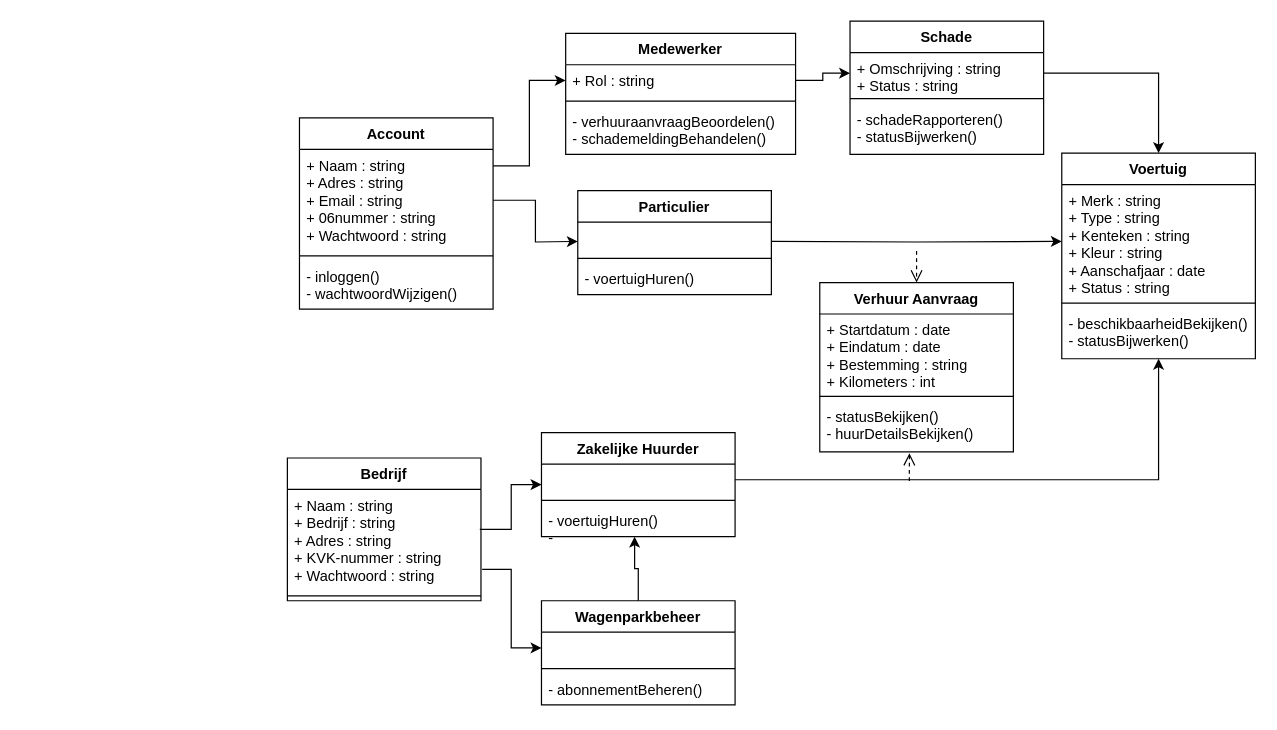
Drakarta/CarAndAll keeps this draw.io diagram as uml.drawio. Above is the earlier version. Source tidied: cells renumbered, new cells numbered last; positions are measured from the earlier drawing's top-left corner, leaving out a move shared by most shapes. Both pictures are drawn from the tidied source at 121%, with x=0, y=0 at pixel (287, 21).
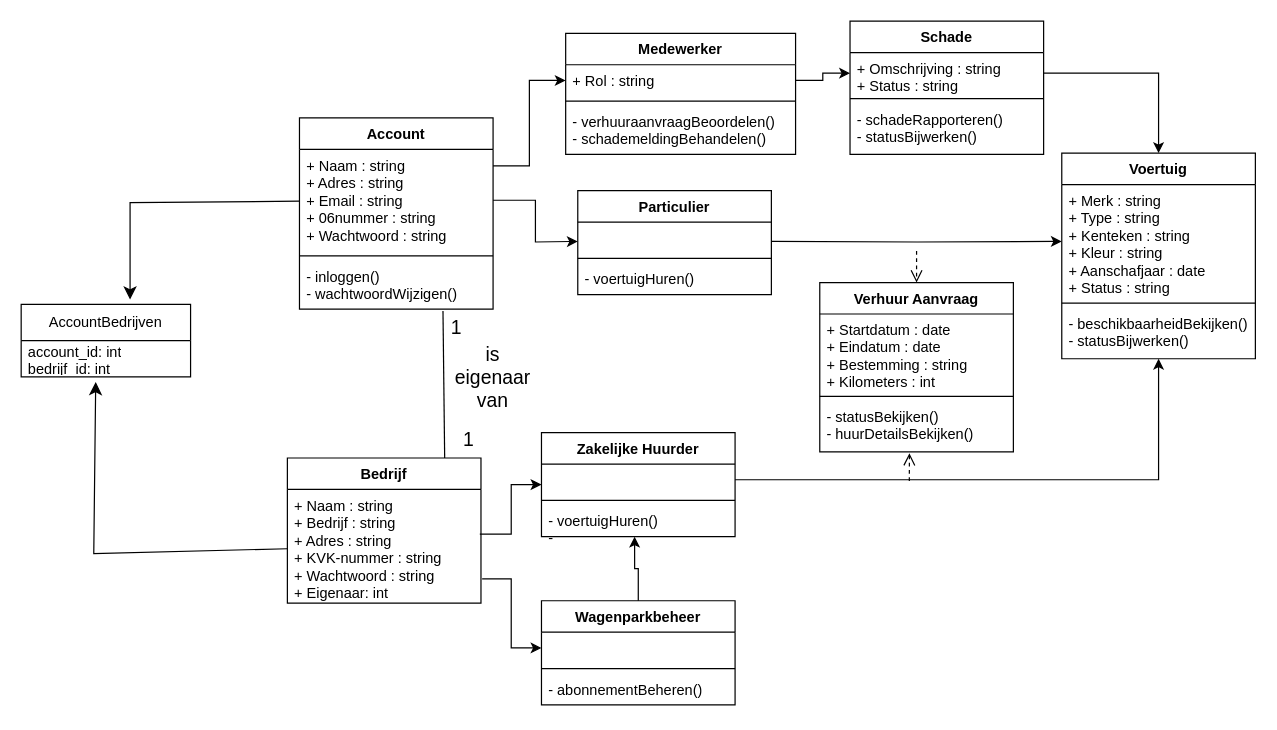
The same diagram, later.

Unchanged cells that the change refers to:
```xml
<mxCell id="14" value="Account" style="swimlane;fontStyle=1;align=center;verticalAlign=top;horizontal=1;startSize=26;whiteSpace=wrap;html=1;" parent="1" vertex="1">
  <mxGeometry x="10" y="80" width="160" height="158" as="geometry" />
</mxCell>
<mxCell id="15" value="+ Naam : string &lt;br&gt;+ Adres : string &lt;br&gt;+ Email : string &lt;br&gt;+ 06nummer : string &lt;br&gt;+ Wachtwoord : string " style="text;strokeColor=none;fillColor=none;align=left;verticalAlign=top;spacingLeft=4;spacingRight=4;overflow=hidden;points=[[0,0.5],[1,0.5]];portConstraint=eastwest;whiteSpace=wrap;html=1;" parent="14" vertex="1">
  <mxGeometry y="26" width="160" height="84" as="geometry" />
</mxCell>
```

Change to the diagram source:
```diff
@@
     <mxCell id="3" value="&lt;div&gt;Bedrijf&lt;/div&gt;" style="swimlane;fontStyle=1;align=center;verticalAlign=top;horizontal=1;startSize=26;whiteSpace=wrap;html=1;" parent="1" vertex="1">
-      <mxGeometry y="361" width="160" height="118" as="geometry" />
+      <mxGeometry y="361" width="160" height="120" as="geometry" />
     </mxCell>
-    <mxCell id="4" value="+ Naam : string &lt;br&gt;+ Bedrijf : string &lt;br&gt;&lt;div&gt;+ Adres : string &lt;/div&gt;+ KVK-nummer : string &lt;br&gt;+ Wachtwoord : string " style="text;strokeColor=none;fillColor=none;align=left;verticalAlign=top;spacingLeft=4;spacingRight=4;overflow=hidden;points=[[0,0.5],[1,0.5]];portConstraint=eastwest;whiteSpace=wrap;html=1;" parent="3" vertex="1">
-      <mxGeometry y="26" width="160" height="84" as="geometry" />
+    <mxCell id="4" value="+ Naam : string &lt;br&gt;+ Bedrijf : string &lt;br&gt;&lt;div&gt;+ Adres : string &lt;/div&gt;+ KVK-nummer : string &lt;br&gt;+ Wachtwoord : string &lt;div&gt;+ Eigenaar: int&lt;/div&gt;" style="text;strokeColor=none;fillColor=none;align=left;verticalAlign=top;spacingLeft=4;spacingRight=4;overflow=hidden;points=[[0,0.5],[1,0.5]];portConstraint=eastwest;whiteSpace=wrap;html=1;" parent="3" vertex="1">
+      <mxGeometry y="26" width="160" height="94" as="geometry" />
     </mxCell>
-    <mxCell id="5" style="line;strokeWidth=1;fillColor=none;align=left;verticalAlign=middle;spacingTop=-1;spacingLeft=3;spacingRight=3;labelPosition=right;strokeColor=inherit;" parent="3" vertex="1">
-      <mxGeometry y="110" width="160" height="8" as="geometry" />
-    </mxCell>
@@
+    <mxCell id="48" style="edgeStyle=none;curved=0;rounded=0;jettySize=auto;html=1;fontSize=12;startSize=8;endSize=8;" parent="14" edge="1" source="15">
+      <mxGeometry relative="1" as="geometry">
+        <mxPoint x="-140" y="150" as="targetPoint" />
+        <Array as="points">
+          <mxPoint x="-140" y="70" />
+        </Array>
+      </mxGeometry>
+    </mxCell>
@@
+    <mxCell id="49" style="edgeStyle=none;curved=1;rounded=0;orthogonalLoop=1;jettySize=auto;html=1;exitX=0.25;exitY=0;exitDx=0;exitDy=0;entryX=0.179;entryY=1.04;entryDx=0;entryDy=0;entryPerimeter=0;fontSize=12;startSize=8;endSize=8;endArrow=none;endFill=0;" parent="1" edge="1">
+      <mxGeometry relative="1" as="geometry">
+        <mxPoint x="130" y="361" as="sourcePoint" />
+        <mxPoint x="128.6" y="239.6" as="targetPoint" />
+      </mxGeometry>
+    </mxCell>
+    <mxCell id="50" value="1" style="text;html=1;align=center;verticalAlign=middle;whiteSpace=wrap;rounded=0;fontSize=16;" parent="1" vertex="1">
+      <mxGeometry x="110" y="238" width="60" height="30" as="geometry" />
+    </mxCell>
+    <mxCell id="51" value="1" style="text;html=1;align=center;verticalAlign=middle;whiteSpace=wrap;rounded=0;fontSize=16;" parent="1" vertex="1">
+      <mxGeometry x="120" y="331" width="60" height="30" as="geometry" />
+    </mxCell>
+    <mxCell id="52" value="is eigenaar van" style="text;html=1;align=center;verticalAlign=middle;whiteSpace=wrap;rounded=0;fontSize=16;" parent="1" vertex="1">
+      <mxGeometry x="140" y="279" width="60" height="30" as="geometry" />
+    </mxCell>
+    <mxCell id="53" value="AccountBedrijven" style="swimlane;fontStyle=0;horizontal=1;startSize=30;whiteSpace=wrap;html=1;" parent="1" vertex="1">
+      <mxGeometry x="-220" y="234" width="140" height="60" as="geometry" />
+    </mxCell>
+    <mxCell id="54" value="account_id: int&lt;div&gt;bedrijf_id: int&lt;/div&gt;" style="text;strokeColor=none;fillColor=none;align=left;verticalAlign=middle;spacingLeft=4;spacingRight=4;overflow=hidden;points=[[0,0.5],[1,0.5]];portConstraint=eastwest;whiteSpace=wrap;html=1;" parent="53" vertex="1">
+      <mxGeometry y="30" width="140" height="30" as="geometry" />
+    </mxCell>
+    <mxCell id="55" style="edgeStyle=none;curved=0;rounded=0;jettySize=auto;html=1;fontSize=12;startSize=8;endSize=8;entryX=0.44;entryY=1.14;entryDx=0;entryDy=0;entryPerimeter=0;" parent="1" edge="1" source="4" target="54">
+      <mxGeometry relative="1" as="geometry">
+        <Array as="points">
+          <mxPoint x="-160" y="440" />
+        </Array>
+      </mxGeometry>
+    </mxCell>
```
